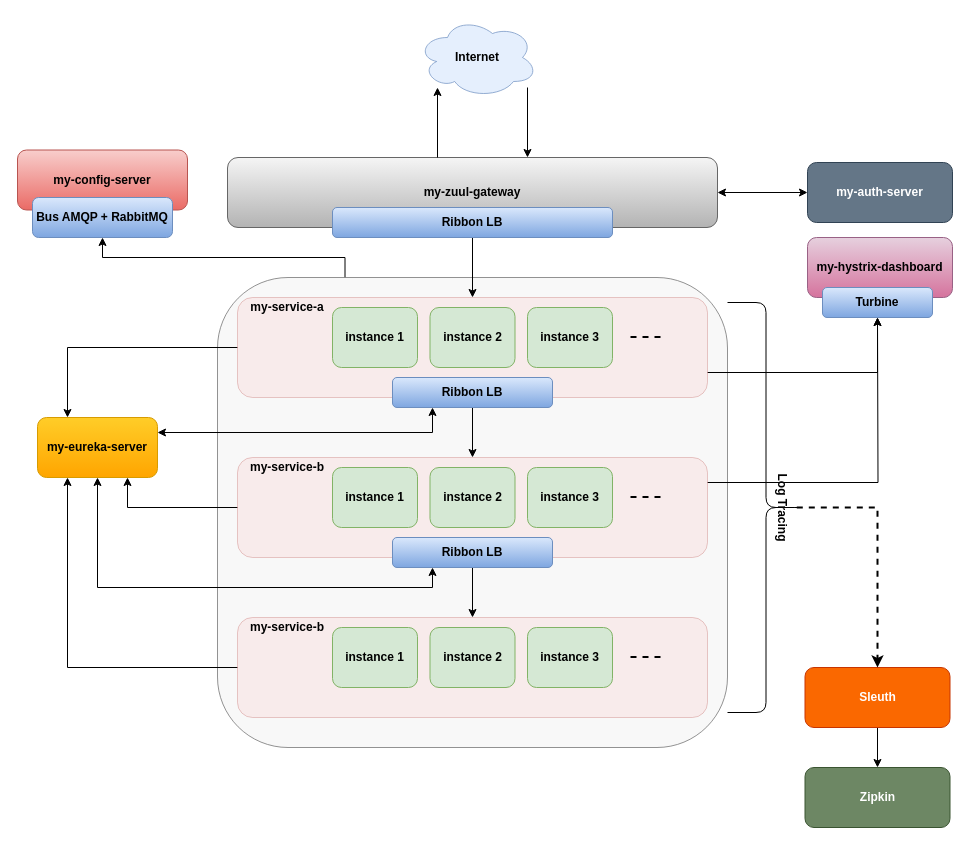
Above: screenshot/microservice_architecture.drawio in Hitman007IN/build-microservice-with-spring-cloud-netflixoss (draw.io), before the change. Source tidied: cells renumbered, new cells numbered last; positions are measured from the earlier drawing's top-left corner, leaving out a move shared by most shapes. Both pictures are drawn from the tidied source at 100%, with x=0, y=0 at pixel (17, 17). Pictures stored in the file or linked from it are replaced by grey dashed boxes.
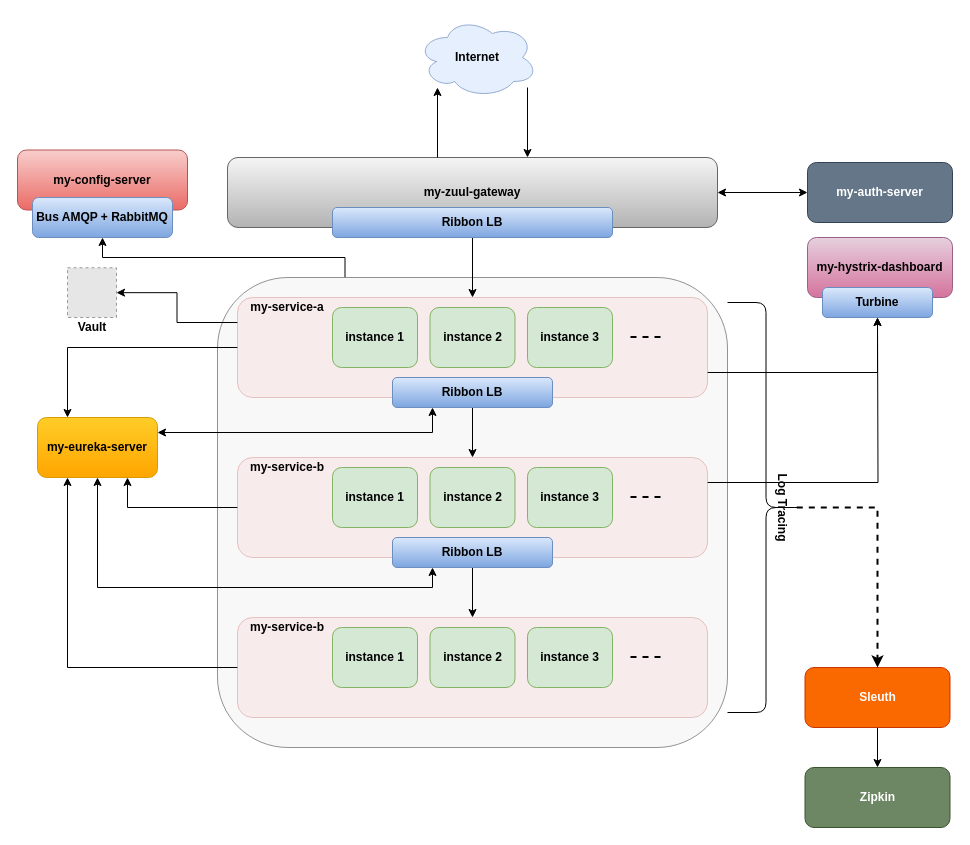
After the change.

The change refers to these unchanged cells:
```xml
<mxCell id="6" style="rounded=1;whiteSpace=wrap;html=1;fillColor=#f8cecc;strokeColor=#b85450;opacity=30;" parent="1" vertex="1">
  <mxGeometry x="220" y="280" width="470" height="100" as="geometry" />
</mxCell>
```

The edit, as a diff of the source:
```diff
@@
+    <mxCell id="52" style="edgeStyle=orthogonalEdgeStyle;rounded=0;jettySize=auto;html=1;exitX=0;exitY=0.25;exitDx=0;exitDy=0;entryX=1;entryY=0.5;entryDx=0;entryDy=0;" parent="1" edge="1" source="6" target="53">
+      <mxGeometry relative="1" as="geometry" />
+    </mxCell>
@@
+    <mxCell id="53" style="fillColor=#E6E6E6;strokeColor=#999999;dashed=1;verticalLabelPosition=bottom;labelBackgroundColor=#ffffff;verticalAlign=top;" parent="1" vertex="1">
+      <mxGeometry x="50" y="250.3" width="49" height="49.7" as="geometry" />
+    </mxCell>
+    <mxCell id="54" value="&lt;b&gt;Vault&lt;/b&gt;" style="text;html=1;strokeColor=none;fillColor=none;align=center;verticalAlign=middle;whiteSpace=wrap;rounded=0;" parent="1" vertex="1">
+      <mxGeometry x="55" y="300" width="40" height="20" as="geometry" />
+    </mxCell>
```
